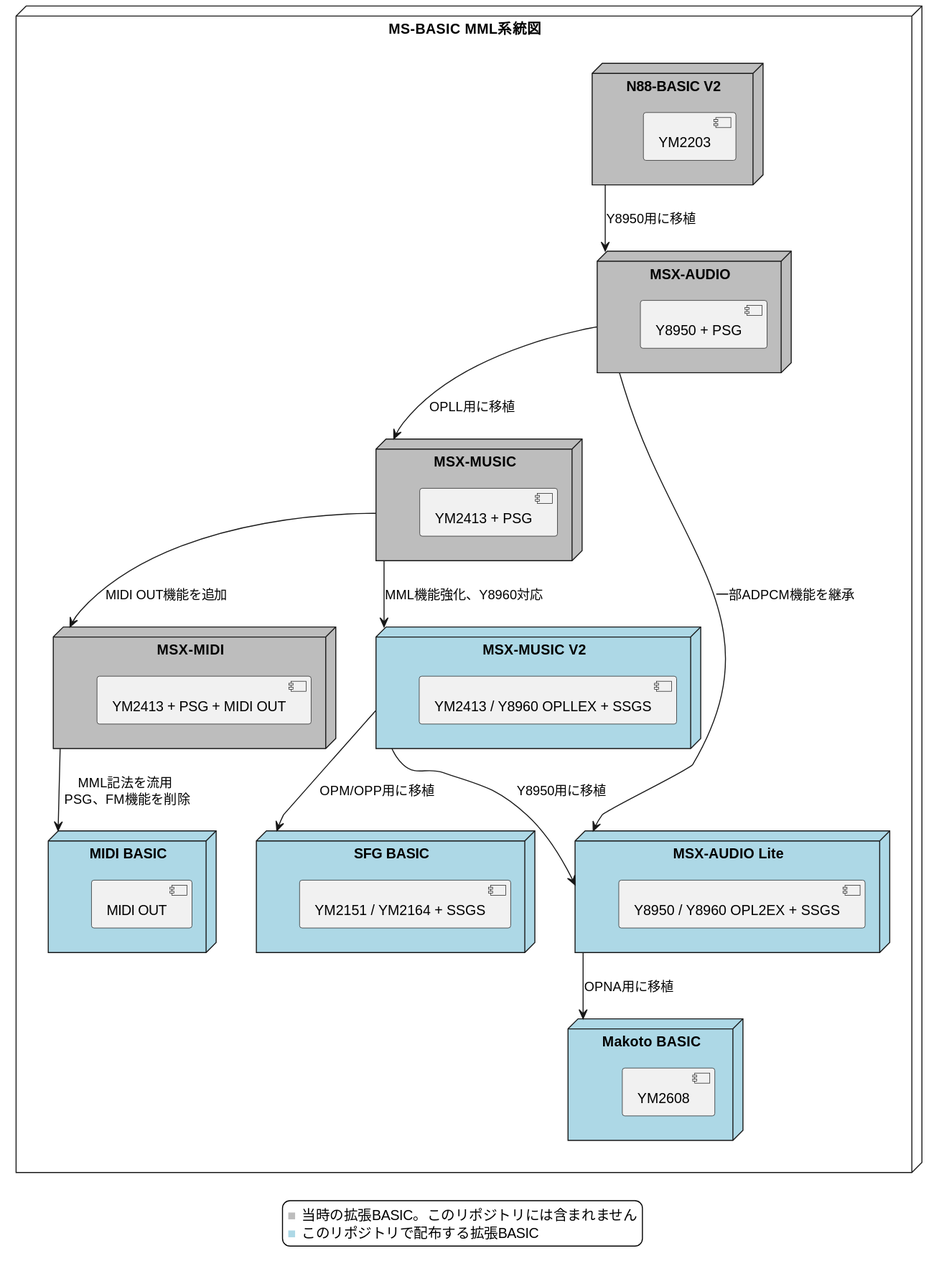
This is docs/phylogenetic-tree.svg from madscient/MsxSoundSuiteExtension, a PlantUML export, as it was before one commit.
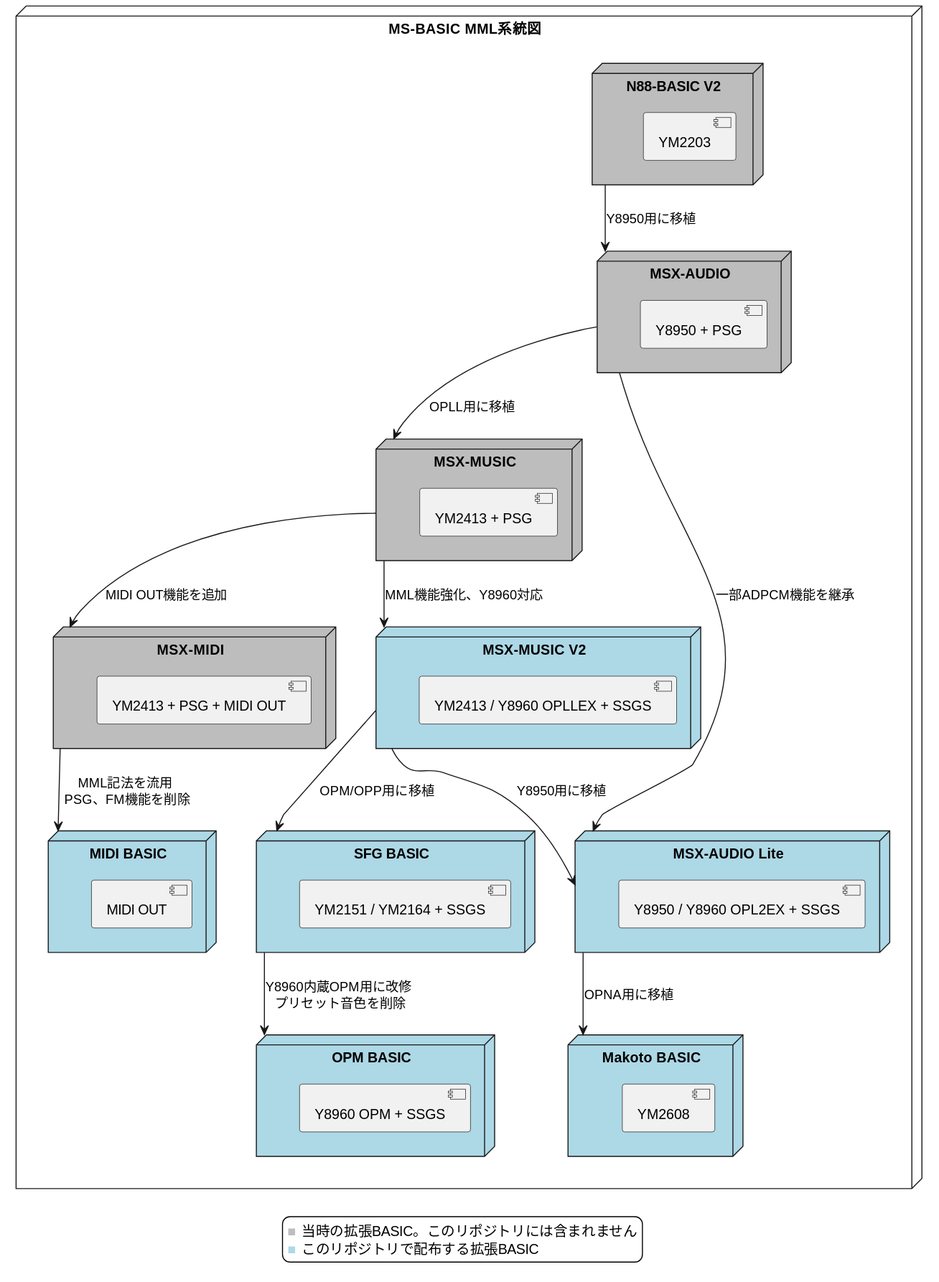
The same file after the commit.

Commit message:
OPM BASIC Extension を README・NOTICE・索引・系統図に載せる

Change to the diagram source:
```diff
@@ -24,6 +24,9 @@
     node "SFG BASIC" as sfg #LightBlue {
         [YM2151 / YM2164 + SSGS]
     }
+    node "OPM BASIC" as opm #LightBlue {
+        [Y8960 OPM + SSGS]
+    }
     node "MIDI BASIC" as play #LightBlue {
         [MIDI OUT]
     }
@@ -39,6 +42,7 @@
 music2 --> lite : Y8950用に移植
 audio --> lite : 一部ADPCM機能を継承
 music2 --> sfg : OPM/OPP用に移植
+sfg --> opm : Y8960内蔵OPM用に改修\n プリセット音色を削除
 midi --> play : MML記法を流用\n PSG、FM機能を削除
 lite --> makoto : OPNA用に移植
 
```
